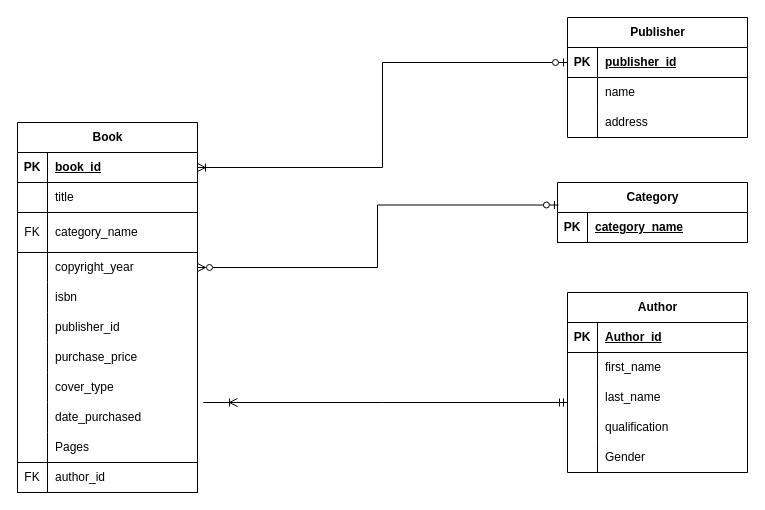
This is Lab_db02.drawio from ronaldchu621/B01_Inclass, a draw.io file, before an edit. Source tidied: cells renumbered, new cells numbered last; positions are measured from the earlier drawing's top-left corner, leaving out a move shared by most shapes. Both pictures are drawn from the tidied source at 100%, with x=0, y=0 at pixel (17, 17).
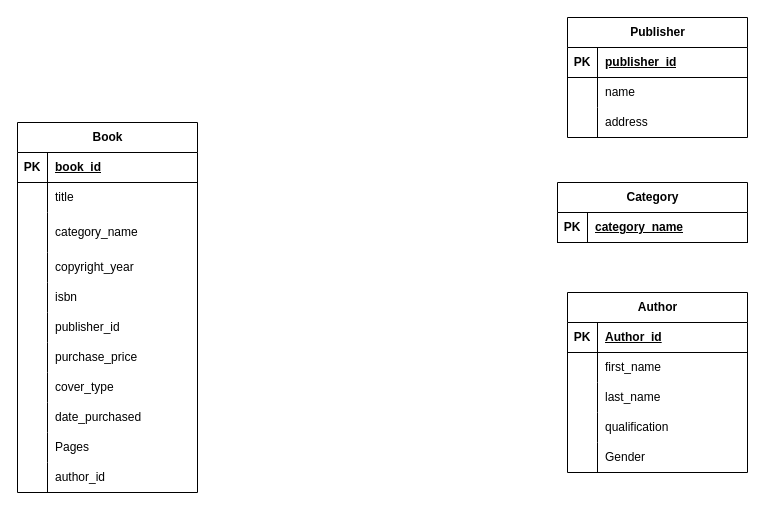
The same page after the edit.

The change refers to these unchanged cells:
```xml
<mxCell id="3" style="shape=tableRow;horizontal=0;startSize=0;swimlaneHead=0;swimlaneBody=0;fillColor=none;points=[[0,0.5],[1,0.5]];portConstraint=eastwest;top=0;left=0;right=0;bottom=1;swimlaneLine=1;" parent="2" vertex="1">
  <mxGeometry y="30" width="190" height="30" as="geometry" />
</mxCell>
<mxCell id="7" style="shape=tableRow;horizontal=0;startSize=0;swimlaneHead=0;swimlaneBody=0;fillColor=none;points=[[0,0.5],[1,0.5]];portConstraint=eastwest;top=0;left=0;right=0;bottom=1;" parent="6" vertex="1">
  <mxGeometry y="30" width="180" height="30" as="geometry" />
</mxCell>
<mxCell id="32" value="Book" style="shape=table;startSize=30;childLayout=tableLayout;rowLines=0;fontStyle=1;align=center;html=1;" parent="1" vertex="1">
  <mxGeometry y="105" width="180" height="370" as="geometry" />
</mxCell>
<mxCell id="33" style="shape=tableRow;horizontal=0;startSize=0;swimlaneHead=0;swimlaneBody=0;fillColor=none;points=[[0,0.5],[1,0.5]];portConstraint=eastwest;top=0;left=0;right=0;bottom=1;swimlaneLine=1;" parent="32" vertex="1">
  <mxGeometry y="30" width="180" height="30" as="geometry" />
</mxCell>
<mxCell id="42" style="shape=tableRow;horizontal=0;startSize=0;swimlaneHead=0;swimlaneBody=0;fillColor=none;points=[[0,0.5],[1,0.5]];portConstraint=eastwest;top=0;left=0;right=0;bottom=0;" parent="32" vertex="1">
  <mxGeometry y="130" width="180" height="30" as="geometry" />
</mxCell>
```

Change to the diagram source:
```diff
@@
-    <mxCell id="39" style="shape=tableRow;horizontal=0;startSize=0;swimlaneHead=0;swimlaneBody=0;fillColor=none;top=1;left=0;right=0;bottom=1;" parent="32" vertex="1">
+    <mxCell id="39" style="shape=tableRow;horizontal=0;startSize=0;swimlaneHead=0;swimlaneBody=0;fillColor=none;top=0;left=0;right=0;bottom=0;" parent="32" vertex="1">
       <mxGeometry y="90" width="180" height="40" as="geometry" />
     </mxCell>
-    <mxCell id="40" value="FK" style="shape=partialRectangle;fillColor=none;top=0;left=0;bottom=0;right=0;overflow=hidden;whiteSpace=wrap;html=1;" parent="39" vertex="1">
+    <mxCell id="40" style="shape=partialRectangle;fillColor=none;top=0;left=0;bottom=0;right=0;overflow=hidden;whiteSpace=wrap;html=1;" parent="39" vertex="1">
       <mxGeometry width="30" height="40" as="geometry" />
     </mxCell>
@@
-    <mxCell id="63" style="shape=tableRow;horizontal=0;startSize=0;swimlaneHead=0;swimlaneBody=0;fillColor=none;top=1;left=0;right=0;bottom=1;" parent="32" vertex="1">
+    <mxCell id="63" style="shape=tableRow;horizontal=0;startSize=0;swimlaneHead=0;swimlaneBody=0;fillColor=none;top=0;left=0;right=0;bottom=0;" parent="32" vertex="1">
       <mxGeometry y="340" width="180" height="30" as="geometry" />
     </mxCell>
-    <mxCell id="64" value="FK" style="shape=partialRectangle;fillColor=none;top=0;left=0;bottom=0;right=0;overflow=hidden;whiteSpace=wrap;html=1;" parent="63" vertex="1">
+    <mxCell id="64" style="shape=partialRectangle;fillColor=none;top=0;left=0;bottom=0;right=0;overflow=hidden;whiteSpace=wrap;html=1;" parent="63" vertex="1">
       <mxGeometry width="30" height="30" as="geometry" />
     </mxCell>
@@
-    <mxCell id="66" style="edgeStyle=orthogonalEdgeStyle;rounded=0;orthogonalLoop=1;jettySize=auto;html=1;entryX=0.042;entryY=0.167;entryDx=0;entryDy=0;entryPerimeter=0;endArrow=ERmandOne;endFill=0;startArrow=ERoneToMany;startFill=0;" parent="1" edge="1">
-      <mxGeometry relative="1" as="geometry">
-        <mxPoint x="220" y="385" as="sourcePoint" />
-        <mxPoint x="550" y="385" as="targetPoint" />
-        <Array as="points">
-          <mxPoint x="186" y="385" />
-          <mxPoint x="365" y="385" />
-          <mxPoint x="365" y="386" />
-        </Array>
-      </mxGeometry>
-    </mxCell>
-    <mxCell id="67" style="edgeStyle=orthogonalEdgeStyle;rounded=0;jettySize=auto;html=1;entryX=0.005;entryY=-0.25;entryDx=0;entryDy=0;entryPerimeter=0;startArrow=ERzeroToMany;startFill=0;endArrow=ERzeroToOne;endFill=0;" parent="1" edge="1" source="42" target="3">
-      <mxGeometry relative="1" as="geometry" />
-    </mxCell>
-    <mxCell id="68" style="edgeStyle=orthogonalEdgeStyle;rounded=0;jettySize=auto;html=1;entryX=0;entryY=0.5;entryDx=0;entryDy=0;startArrow=ERoneToMany;startFill=0;endArrow=ERzeroToOne;endFill=0;" parent="1" edge="1" source="33" target="7">
-      <mxGeometry relative="1" as="geometry" />
-    </mxCell>
```
